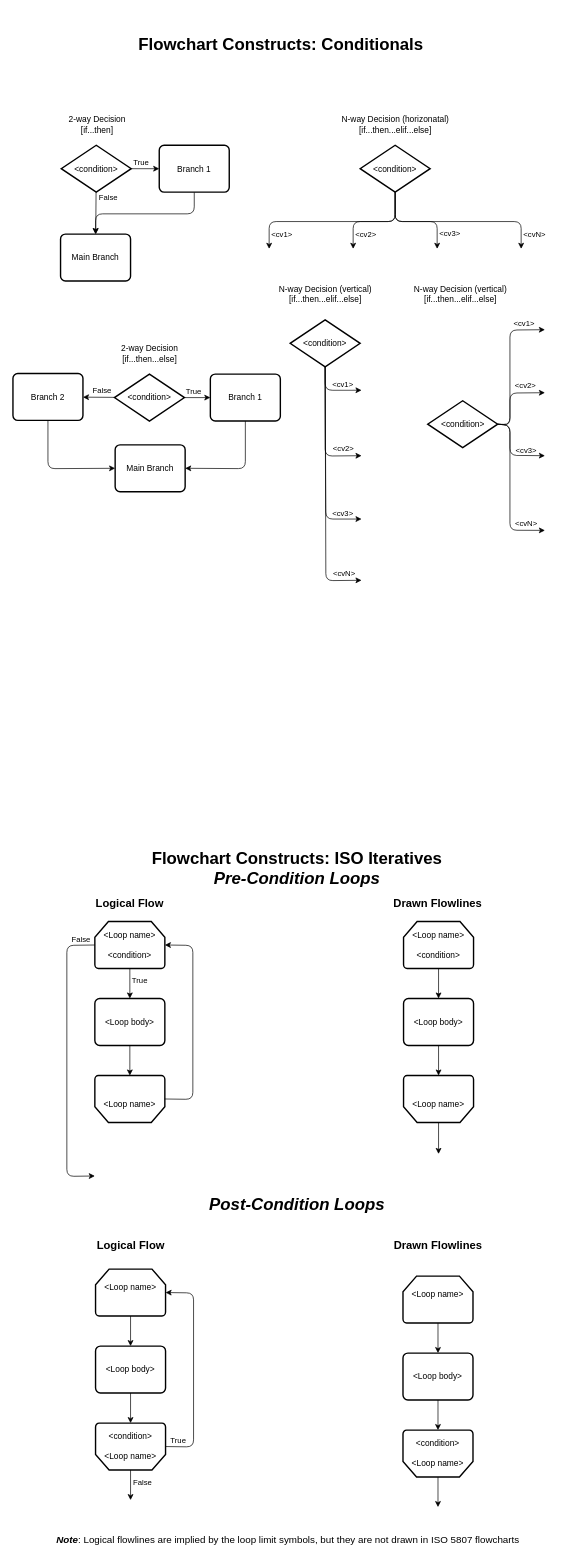
GC-STEM/it140-m3-assignment keeps this draw.io diagram as page "Snippets" (4 of 5) of design/paycheck_calculator.drawio. Above is the earlier version. Source tidied: cells renumbered, new cells numbered last; positions are measured from the earlier drawing's top-left corner, leaving out a move shared by most shapes. Both pictures are drawn from the tidied source at 70%, with x=0, y=0 at pixel (13, 27).
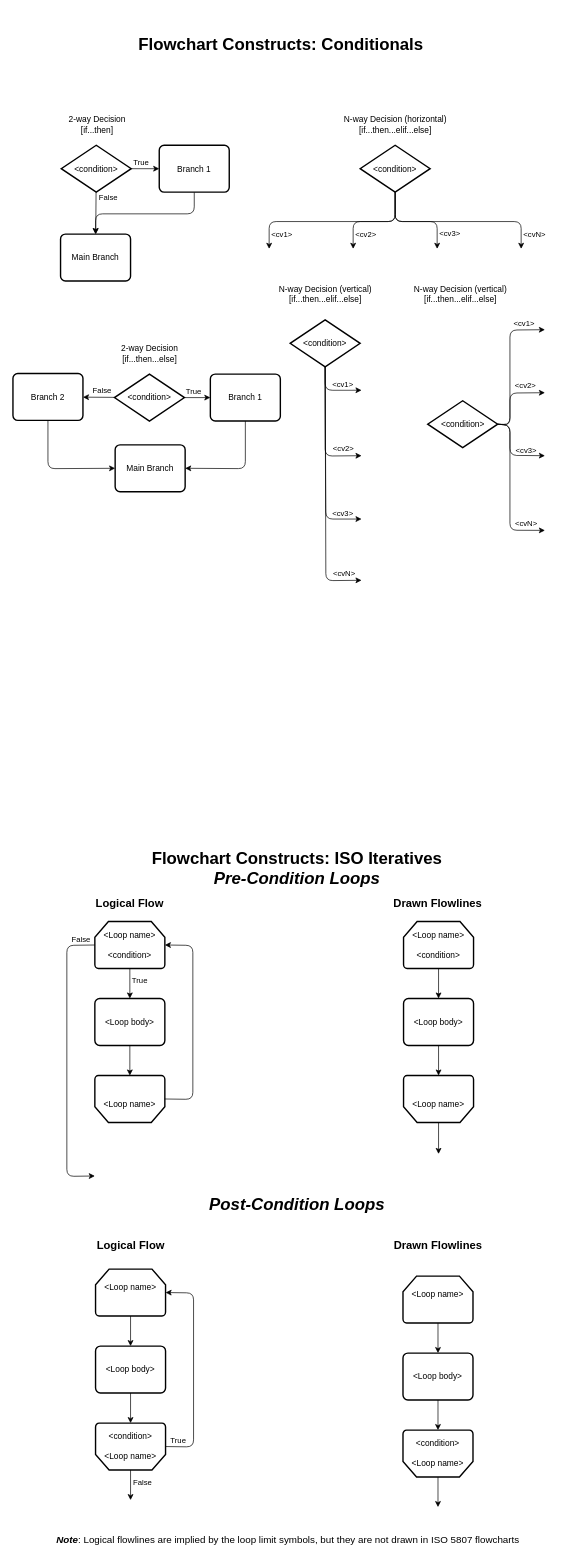
After the change.

What changed in the source:
```diff
@@
-    <mxCell id="15" value="N-way Decision (horizonatal)&lt;br style=&quot;color: rgb(63, 63, 63); scrollbar-color: rgb(226, 226, 226) rgb(251, 251, 251);&quot;&gt;&lt;span style=&quot;color: rgb(0, 0, 0); scrollbar-color: rgb(226, 226, 226) rgb(251, 251, 251);&quot;&gt;[if...then...elif...else&lt;/span&gt;&lt;span style=&quot;color: rgb(0, 0, 0); scrollbar-color: rgb(226, 226, 226) rgb(251, 251, 251);&quot;&gt;]&lt;/span&gt;" style="text;strokeColor=none;align=center;fillColor=none;html=1;verticalAlign=middle;whiteSpace=wrap;rounded=0;" parent="1" vertex="1">
+    <mxCell id="15" value="N-way Decision (horizontal)&lt;br style=&quot;color: rgb(63, 63, 63); scrollbar-color: rgb(226, 226, 226) rgb(251, 251, 251);&quot;&gt;&lt;span style=&quot;color: rgb(0, 0, 0); scrollbar-color: rgb(226, 226, 226) rgb(251, 251, 251);&quot;&gt;[if...then...elif...else&lt;/span&gt;&lt;span style=&quot;color: rgb(0, 0, 0); scrollbar-color: rgb(226, 226, 226) rgb(251, 251, 251);&quot;&gt;]&lt;/span&gt;" style="text;strokeColor=none;align=center;fillColor=none;html=1;verticalAlign=middle;whiteSpace=wrap;rounded=0;" parent="1" vertex="1">
       <mxGeometry x="466.5" y="125" width="159" height="30" as="geometry" />
     </mxCell>
```
